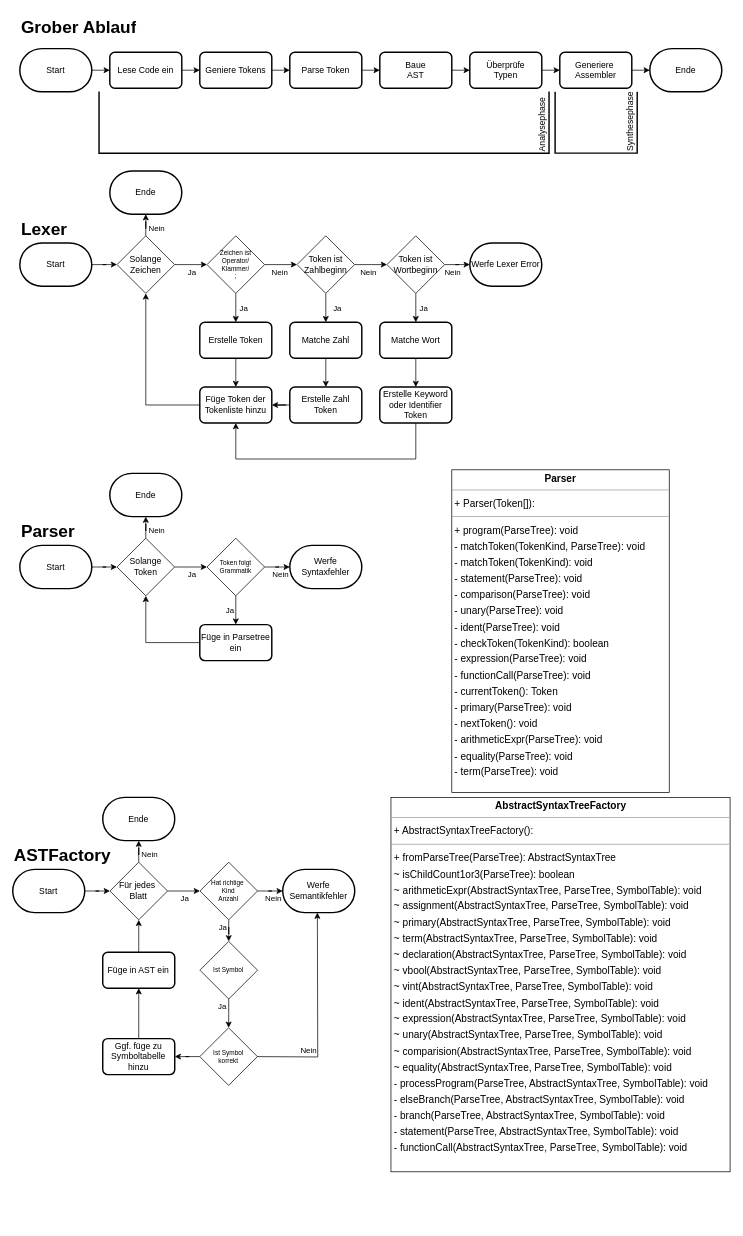
Earlier version of the draw.io diagram Compilerbau.drawio (fbuedding/faul-compiler). Source tidied: cells renumbered, new cells numbered last; positions are measured from the earlier drawing's top-left corner, leaving out a move shared by most shapes. Both pictures are drawn from the tidied source at 72%, with x=0, y=0 at pixel (12, -103).
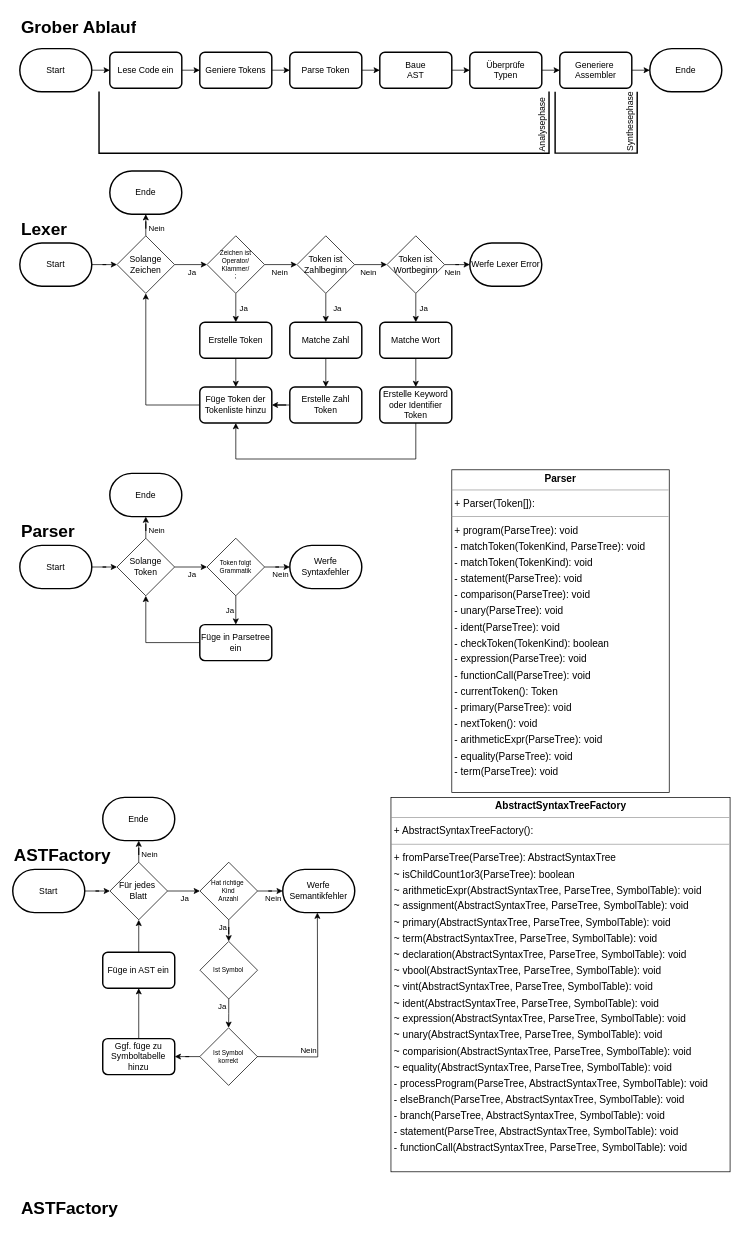
Above is the later version.

What changed in the source:
```diff
@@
+    <mxCell id="99" value="&lt;h1 style=&quot;margin-top: 0px;&quot;&gt;ASTFactory&lt;/h1&gt;" style="text;html=1;whiteSpace=wrap;overflow=hidden;rounded=0;" parent="1" vertex="1">
+      <mxGeometry x="10" y="1800" width="139.8" height="40" as="geometry" />
+    </mxCell>
```
